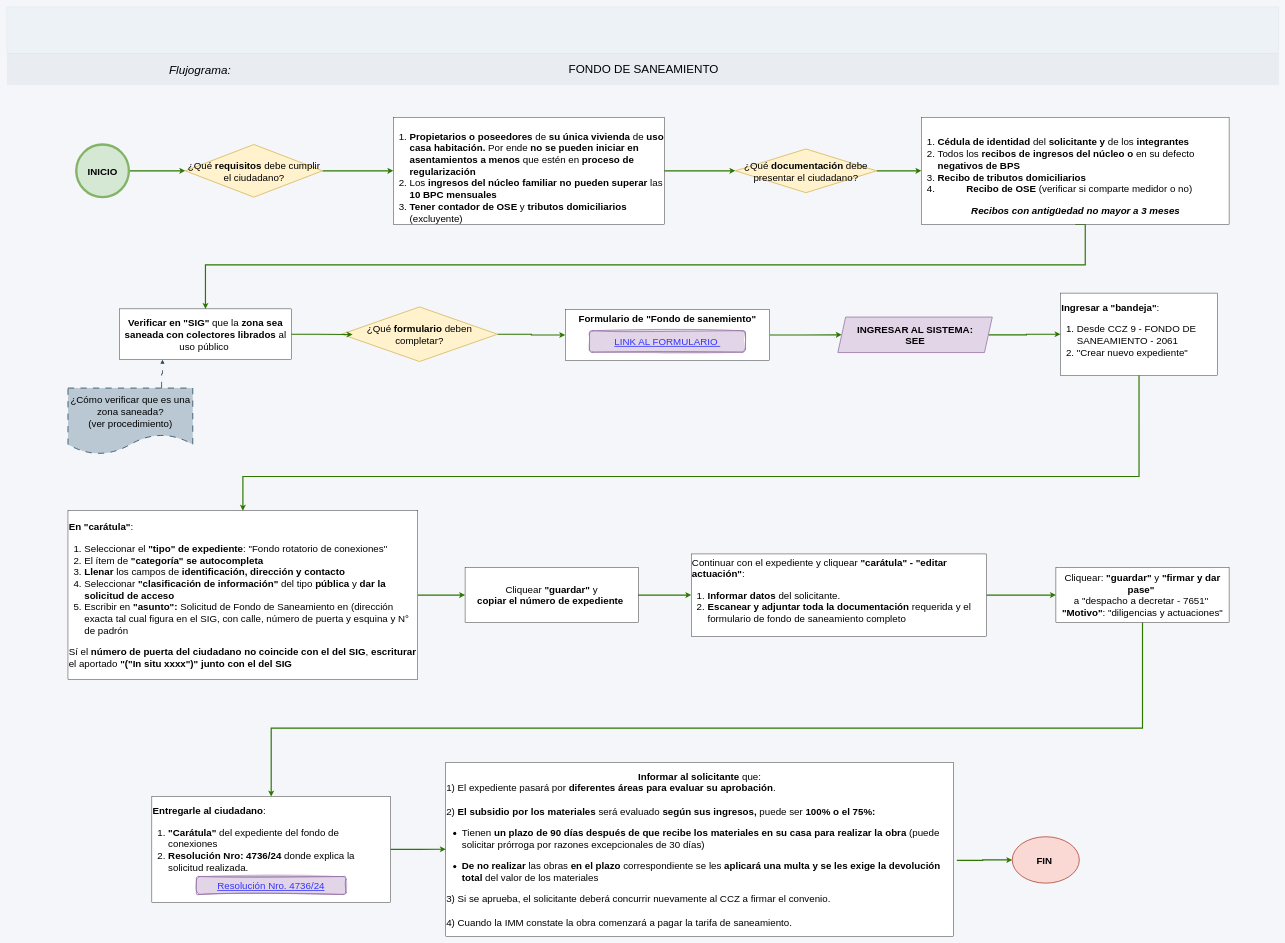
adlc20/Manual_de_procedimientos_ccz9 keeps this draw.io diagram as page "CONEXIÓN SANEAMIENTO" (1 of 2) of SANEAMIENTO/SANEAMIENTO.drawio. Above is the earlier version. Source tidied: cells renumbered, new cells numbered last; positions are measured from the earlier drawing's top-left corner, leaving out a move shared by most shapes. Both pictures are drawn from the tidied source at 39%, with x=0, y=0 at pixel (7, 7).
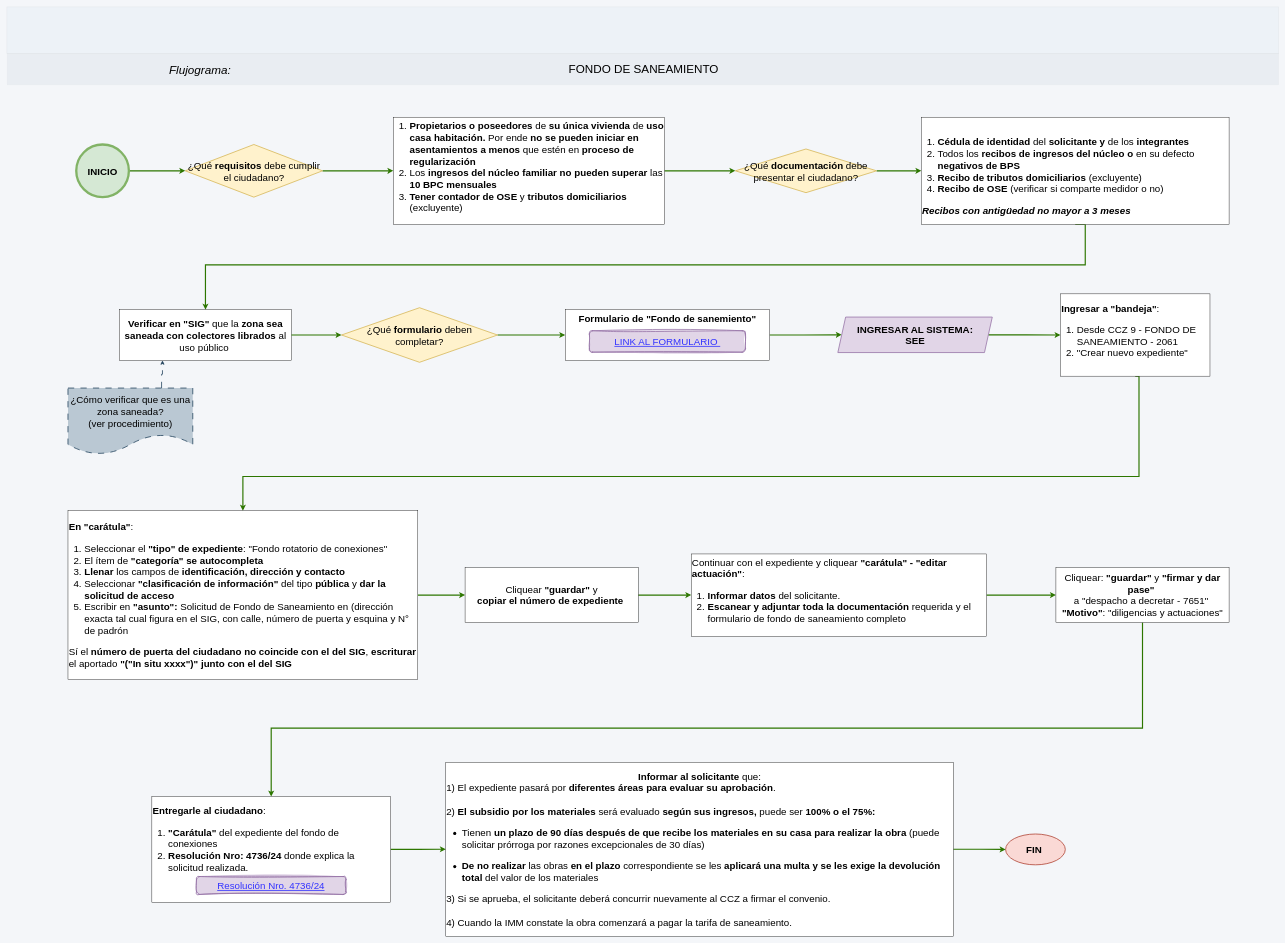
After the change.

The change refers to these unchanged cells:
```xml
<mxCell id="35" value="&lt;span&gt;&lt;b&gt;Informar al solicitante&lt;/b&gt; que:&lt;/span&gt;&lt;div style=&quot;text-align: left;&quot;&gt;&lt;span style=&quot;background-color: transparent; color: light-dark(rgb(0, 0, 0), rgb(255, 255, 255));&quot;&gt;1) El expediente pasará por &lt;b&gt;diferentes áreas para evaluar su aprobación&lt;/b&gt;.&lt;/span&gt;&lt;/div&gt;&lt;div style=&quot;text-align: left;&quot;&gt;&lt;span style=&quot;background-color: transparent; color: light-dark(rgb(0, 0, 0), rgb(255, 255, 255));&quot;&gt;&lt;br&gt;&lt;/span&gt;&lt;/div&gt;&lt;div style=&quot;text-align: left;&quot;&gt;&lt;span style=&quot;background-color: transparent; color: light-dark(rgb(0, 0, 0), rgb(255, 255, 255));&quot;&gt;2)&amp;nbsp;&lt;/span&gt;&lt;b style=&quot;background-color: transparent; color: light-dark(rgb(0, 0, 0), rgb(255, 255, 255));&quot;&gt;El subsidio por los materiales &lt;/b&gt;&lt;span style=&quot;background-color: transparent; color: light-dark(rgb(0, 0, 0), rgb(255, 255, 255));&quot;&gt;será evaluado &lt;/span&gt;&lt;b style=&quot;background-color: transparent; color: light-dark(rgb(0, 0, 0), rgb(255, 255, 255));&quot;&gt;según sus ingresos, &lt;/b&gt;&lt;span style=&quot;background-color: transparent; color: light-dark(rgb(0, 0, 0), rgb(255, 255, 255));&quot;&gt;puede ser&lt;/span&gt;&lt;b style=&quot;background-color: transparent; color: light-dark(rgb(0, 0, 0), rgb(255, 255, 255));&quot;&gt; 100% o el 75%:&amp;nbsp;&lt;/b&gt;&lt;/div&gt;&lt;div style=&quot;text-align: left;&quot;&gt;&lt;ul&gt;&lt;li&gt;&lt;span&gt;Tienen &lt;b&gt;un plazo de 90 días después de que recibe los materiales en su casa para realizar la obra&amp;nbsp;&lt;/b&gt;(puede solicitar prórroga por razones excepcionales de 30 días)&lt;/span&gt;&lt;/li&gt;&lt;/ul&gt;&lt;ul&gt;&lt;li&gt;&lt;span&gt;&lt;b&gt;De no realizar&lt;/b&gt; las obras &lt;b&gt;en el plazo&lt;/b&gt;&amp;nbsp;correspondiente se les &lt;b&gt;aplicará una multa&lt;/b&gt; &lt;b&gt;y&lt;/b&gt;&amp;nbsp;&lt;b&gt;se les exige la devolución total&lt;/b&gt; del valor de los materiales&amp;nbsp;&lt;/span&gt;&lt;/li&gt;&lt;/ul&gt;&lt;div&gt;&lt;span&gt;3) Si se aprueba, el solicitante deberá concurrir nuevamente al CCZ a firmar el convenio.&amp;nbsp;&lt;/span&gt;&lt;/div&gt;&lt;div&gt;&lt;span&gt;&lt;br&gt;&lt;/span&gt;&lt;/div&gt;&lt;div&gt;&lt;span&gt;4) Cuando la IMM constate la obra comenzará a pagar la tarifa de saneamiento.&amp;nbsp;&lt;/span&gt;&lt;/div&gt;&lt;/div&gt;" style="rounded=0;whiteSpace=wrap;html=1;align=center;fontSize=25;" parent="1" vertex="1">
  <mxGeometry x="1125.6" y="1937" width="1301.2" height="446" as="geometry" />
</mxCell>
```

The edit, as a diff of the source:
```diff
@@
-    <mxCell id="7" value="&lt;br&gt;&lt;div&gt;&lt;ol&gt;&lt;li&gt;&lt;span&gt;&lt;b&gt;Propietarios o poseedores&lt;/b&gt; de &lt;b&gt;su única vivienda&lt;/b&gt; de &lt;b&gt;uso casa habitación.&lt;/b&gt; Por ende&lt;b&gt; no se pueden iniciar en asentamientos a menos &lt;/b&gt;que estén en&lt;b&gt; proceso de regularización&amp;nbsp;&lt;/b&gt;&lt;/span&gt;&lt;/li&gt;&lt;li&gt;&lt;span&gt;Los &lt;b&gt;ingresos del núcleo familiar&lt;/b&gt; &lt;b&gt;no pueden superar&lt;/b&gt; las &lt;b&gt;10 BPC mensuales&lt;/b&gt;&lt;/span&gt;&lt;/li&gt;&lt;li&gt;&lt;span&gt;&lt;b&gt;Tener contador de OSE&lt;/b&gt;&amp;nbsp;y &lt;b&gt;tributos domiciliarios&lt;/b&gt; (excluyente)&lt;/span&gt;&lt;/li&gt;&lt;/ol&gt;&lt;/div&gt;" style="rounded=0;whiteSpace=wrap;html=1;align=left;verticalAlign=middle;fontSize=25;" parent="1" vertex="1">
+    <mxCell id="7" value="&lt;br&gt;&lt;div&gt;&lt;ol&gt;&lt;li&gt;&lt;span&gt;&lt;b&gt;Propietarios o poseedores&lt;/b&gt; de &lt;b&gt;su única vivienda&lt;/b&gt; de &lt;b&gt;uso casa habitación.&lt;/b&gt; Por ende&lt;b&gt; no se pueden iniciar en asentamientos a menos &lt;/b&gt;que estén en&lt;b&gt; proceso de regularización&amp;nbsp;&lt;/b&gt;&lt;/span&gt;&lt;/li&gt;&lt;li&gt;&lt;span&gt;Los &lt;b&gt;ingresos del núcleo familiar&lt;/b&gt; &lt;b&gt;no pueden superar&lt;/b&gt; las &lt;b&gt;10 BPC mensuales&lt;/b&gt;&lt;/span&gt;&lt;/li&gt;&lt;li&gt;&lt;span&gt;&lt;b&gt;Tener contador de OSE&lt;/b&gt;&amp;nbsp;y &lt;b&gt;tributos domiciliarios&lt;/b&gt; (excluyente)&lt;/span&gt;&lt;/li&gt;&lt;/ol&gt;&lt;/div&gt;" style="rounded=0;whiteSpace=wrap;html=1;align=left;verticalAlign=bottom;fontSize=25;" parent="1" vertex="1">
       <mxGeometry x="991" y="283" width="695" height="275" as="geometry" />
     </mxCell>
@@
-    <mxCell id="11" value="&lt;ol&gt;&lt;li&gt;&lt;span&gt;&lt;b&gt;Cédula de identidad&lt;/b&gt; del &lt;b&gt;solicitante&lt;/b&gt; &lt;b&gt;y &lt;/b&gt;de los &lt;b&gt;integrantes&lt;/b&gt;&lt;/span&gt;&lt;/li&gt;&lt;li&gt;&lt;span&gt;Todos los &lt;b&gt;recibos de ingresos del núcleo o&lt;/b&gt; en su defecto &lt;b&gt;negativos de BPS&lt;/b&gt;&lt;/span&gt;&lt;/li&gt;&lt;li&gt;&lt;span&gt;&lt;b&gt;Recibo de tributos domiciliarios&amp;nbsp;&lt;/b&gt;&lt;/span&gt;&lt;/li&gt;&lt;li style=&quot;text-align: center;&quot;&gt;&lt;font&gt;&lt;b&gt;Recibo de OSE &lt;/b&gt;(verificar si comparte medidor o no)&amp;nbsp; &amp;nbsp;&lt;/font&gt;&lt;/li&gt;&lt;/ol&gt;&lt;span style=&quot;background-color: transparent; color: light-dark(rgb(0, 0, 0), rgb(255, 255, 255));&quot;&gt;&lt;div style=&quot;text-align: center;&quot;&gt;&lt;span style=&quot;background-color: transparent; color: light-dark(rgb(0, 0, 0), rgb(255, 255, 255));&quot;&gt;&lt;i&gt;&lt;b&gt;Recibos con antigüedad no mayor a 3 meses&lt;/b&gt;&lt;/i&gt;&lt;/span&gt;&lt;/div&gt;&lt;/span&gt;" style="rounded=0;whiteSpace=wrap;html=1;align=left;fontSize=25;" parent="1" vertex="1">
+    <mxCell id="11" value="&lt;ol&gt;&lt;li&gt;&lt;span&gt;&lt;b&gt;Cédula de identidad&lt;/b&gt; del &lt;b&gt;solicitante&lt;/b&gt; &lt;b&gt;y &lt;/b&gt;de los &lt;b&gt;integrantes&lt;/b&gt;&lt;/span&gt;&lt;/li&gt;&lt;li&gt;&lt;span&gt;Todos los &lt;b&gt;recibos de ingresos del núcleo o&lt;/b&gt; en su defecto &lt;b&gt;negativos de BPS&lt;/b&gt;&lt;/span&gt;&lt;/li&gt;&lt;li&gt;&lt;b&gt;Recibo de tributos domiciliarios &lt;/b&gt;(excluyente)&lt;b&gt;&amp;nbsp;&lt;/b&gt;&lt;/li&gt;&lt;li style=&quot;&quot;&gt;&lt;font&gt;&lt;b&gt;Recibo de OSE &lt;/b&gt;(verificar si comparte medidor o no)&amp;nbsp; &amp;nbsp;&lt;/font&gt;&lt;/li&gt;&lt;/ol&gt;&lt;span style=&quot;background-color: transparent; color: light-dark(rgb(0, 0, 0), rgb(255, 255, 255));&quot;&gt;&lt;div style=&quot;&quot;&gt;&lt;span style=&quot;background-color: transparent; color: light-dark(rgb(0, 0, 0), rgb(255, 255, 255));&quot;&gt;&lt;i&gt;&lt;b&gt;Recibos con antigüedad no mayor a 3 meses&lt;/b&gt;&lt;/i&gt;&lt;/span&gt;&lt;/div&gt;&lt;/span&gt;" style="rounded=0;whiteSpace=wrap;html=1;align=left;fontSize=25;" parent="1" vertex="1">
       <mxGeometry x="2345" y="283" width="789" height="275" as="geometry" />
     </mxCell>
     <mxCell id="12" value="&lt;div&gt;&lt;span&gt;&lt;b&gt;Verificar en &quot;SIG&quot; &lt;/b&gt;que la &lt;b&gt;zona sea saneada con colectores librados&lt;/b&gt; al uso público&amp;nbsp;&lt;/span&gt;&lt;/div&gt;" style="rounded=0;whiteSpace=wrap;html=1;align=center;fontSize=25;" parent="1" vertex="1">
-      <mxGeometry x="288.8" y="774.5" width="441" height="130" as="geometry" />
+      <mxGeometry x="288.8" y="776.5" width="441" height="130" as="geometry" />
     </mxCell>
@@
     <mxCell id="19" value="&lt;span style=&quot;color: light-dark(rgb(0, 0, 0), rgb(255, 255, 255)); background-color: transparent;&quot;&gt;&lt;b&gt;Ingresar a &quot;bandeja&quot;&lt;/b&gt;:&lt;/span&gt;&lt;div&gt;&lt;ol&gt;&lt;li&gt;&lt;span style=&quot;background-color: transparent; color: light-dark(rgb(0, 0, 0), rgb(255, 255, 255));&quot;&gt;Desde&amp;nbsp;&lt;/span&gt;&lt;span&gt;CCZ 9 - FONDO DE SANEAMIENTO - 2061&lt;/span&gt;&lt;/li&gt;&lt;li&gt;&lt;span style=&quot;background-color: transparent; color: light-dark(rgb(0, 0, 0), rgb(255, 255, 255));&quot;&gt;&quot;Crear nuevo expediente&quot;&lt;/span&gt;&lt;/li&gt;&lt;/ol&gt;&lt;/div&gt;" style="rounded=0;whiteSpace=wrap;html=1;align=left;fontSize=25;" parent="1" vertex="1">
-      <mxGeometry x="2701.8" y="734" width="402.5" height="211" as="geometry" />
+      <mxGeometry x="2701.8" y="736" width="383.2" height="211" as="geometry" />
     </mxCell>
@@
     <mxCell id="31" value="&lt;span&gt;&lt;b&gt;FIN&amp;nbsp;&lt;/b&gt;&lt;/span&gt;" style="ellipse;whiteSpace=wrap;html=1;fillColor=#fad9d5;strokeColor=#ae4132;strokeWidth=2;fontSize=25;" parent="1" vertex="1">
-      <mxGeometry x="2578" y="2128" width="172" height="119" as="geometry" />
+      <mxGeometry x="2561" y="2121" width="153" height="79" as="geometry" />
     </mxCell>
@@
-    <mxCell id="34" style="edgeStyle=orthogonalEdgeStyle;rounded=0;jettySize=auto;html=1;exitX=1.007;exitY=0.564;exitDx=0;exitDy=0;exitPerimeter=0;fillColor=#60a917;strokeColor=#2D7600;strokeWidth=3;fontSize=25;" parent="1" edge="1" source="35" target="31">
-      <mxGeometry relative="1" as="geometry" />
+    <mxCell id="34" style="edgeStyle=orthogonalEdgeStyle;rounded=0;jettySize=auto;html=1;fillColor=#60a917;strokeColor=#2D7600;strokeWidth=3;fontSize=25;" parent="1" edge="1" source="35" target="31">
+      <mxGeometry x="0.22" relative="1" as="geometry" />
     </mxCell>
@@
     <mxCell id="39" value="&lt;span&gt;¿Qué&lt;b&gt; formulario&lt;/b&gt; deben completar?&lt;/span&gt;" style="rhombus;whiteSpace=wrap;html=1;fillColor=#fff2cc;strokeColor=#d6b656;strokeWidth=2;fontSize=25;" parent="1" vertex="1">
-      <mxGeometry x="858.2" y="769.5" width="400" height="140" as="geometry" />
+      <mxGeometry x="858.2" y="771.5" width="400" height="140" as="geometry" />
     </mxCell>
@@
-    <mxCell id="42" style="edgeStyle=orthogonalEdgeStyle;rounded=0;jettySize=auto;html=1;exitX=1;exitY=0.5;exitDx=0;exitDy=0;entryX=0.071;entryY=0.505;entryDx=0;entryDy=0;entryPerimeter=0;fillColor=#60a917;strokeColor=#2D7600;strokeWidth=3;fontSize=25;" parent="1" edge="1" source="12" target="39">
+    <mxCell id="42" style="edgeStyle=orthogonalEdgeStyle;rounded=0;jettySize=auto;html=1;exitX=1;exitY=0.5;exitDx=0;exitDy=0;entryX=0;entryY=0.5;entryDx=0;entryDy=0;fillColor=#60a917;strokeColor=#2D7600;strokeWidth=3;fontSize=25;" parent="1" edge="1" source="12" target="39">
       <mxGeometry relative="1" as="geometry" />
     </mxCell>
```
